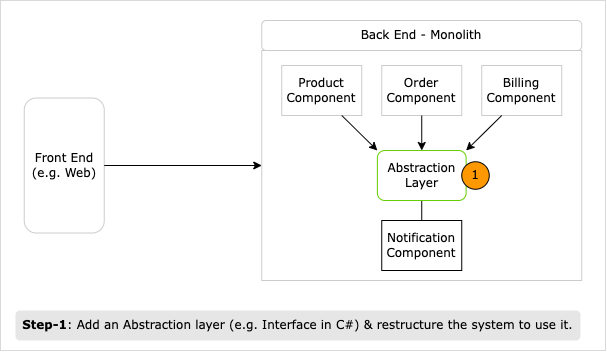
Before: diagrams/branch-by-abstraction-add-interface.png, a diagram exported from draw.io (shahzadhuq/modernization-decomposing-monolith). Source tidied: cells renumbered, new cells last; positions are measured from the earlier drawing's top-left corner, leaving out a move shared by most shapes. Source of this version:
```xml
<mxGraphModel>
  <root>
    <mxCell id="0" />
    <mxCell id="1" parent="0" />
    <mxCell id="2" style="rounded=0;whiteSpace=wrap;html=1;strokeColor=#B3B3B3;fillColor=default;strokeWidth=1;dashed=1;dashPattern=1 1;shadow=0;fontFamily=Verdana;" parent="1" vertex="1">
      <mxGeometry width="605" height="350" as="geometry" />
    </mxCell>
    <mxCell id="3" style="rounded=0;whiteSpace=wrap;html=1;strokeColor=#CCCCCC;fontFamily=Verdana;" parent="1" vertex="1">
      <mxGeometry x="261.2" y="50" width="320" height="230" as="geometry" />
    </mxCell>
    <mxCell id="4" value="Front End (e.g. Web)" style="text;html=1;strokeColor=#CCCCCC;fillColor=default;align=center;verticalAlign=middle;whiteSpace=wrap;rounded=1;shadow=0;fontFamily=Verdana;" parent="1" vertex="1">
      <mxGeometry x="23.8" y="97.5" width="80" height="135" as="geometry" />
    </mxCell>
    <mxCell id="5" value="Back End - Monolith" style="text;html=1;strokeColor=#CCCCCC;fillColor=default;align=center;verticalAlign=middle;whiteSpace=wrap;rounded=1;shadow=0;fontFamily=Verdana;" parent="1" vertex="1">
      <mxGeometry x="261.2" y="20" width="320" height="30" as="geometry" />
    </mxCell>
    <mxCell id="6" value="Product Component" style="rounded=0;whiteSpace=wrap;html=1;strokeColor=#CCCCCC;fillColor=default;shadow=0;fontFamily=Verdana;" parent="1" vertex="1">
      <mxGeometry x="281.2" y="65" width="80" height="50" as="geometry" />
    </mxCell>
    <mxCell id="7" value="Order Component" style="rounded=0;whiteSpace=wrap;html=1;strokeColor=#CCCCCC;fillColor=default;fontFamily=Verdana;" parent="1" vertex="1">
      <mxGeometry x="381.2" y="65" width="80" height="50" as="geometry" />
    </mxCell>
    <mxCell id="8" value="Billing Component" style="rounded=0;whiteSpace=wrap;html=1;strokeColor=#CCCCCC;fillColor=default;fontFamily=Verdana;" parent="1" vertex="1">
      <mxGeometry x="481.2" y="65" width="80" height="50" as="geometry" />
    </mxCell>
    <mxCell id="9" value="Notification Component" style="rounded=0;whiteSpace=wrap;html=1;strokeColor=#000000;fillColor=default;fontFamily=Verdana;" parent="1" vertex="1">
      <mxGeometry x="381.2" y="220" width="80" height="50" as="geometry" />
    </mxCell>
    <mxCell id="10" style="endArrow=classic;html=1;rounded=0;exitX=0.75;exitY=1;exitDx=0;exitDy=0;entryX=0;entryY=0;entryDx=0;entryDy=0;fontFamily=Verdana;" parent="1" edge="1" source="6" target="15">
      <mxGeometry relative="1" as="geometry" />
    </mxCell>
    <mxCell id="11" style="endArrow=classic;html=1;rounded=0;entryX=0.5;entryY=0;entryDx=0;entryDy=0;exitX=0.5;exitY=1;exitDx=0;exitDy=0;fontFamily=Verdana;" parent="1" edge="1" source="7" target="15">
      <mxGeometry relative="1" as="geometry" />
    </mxCell>
    <mxCell id="12" style="endArrow=classic;html=1;rounded=0;exitX=0.25;exitY=1;exitDx=0;exitDy=0;entryX=1;entryY=0;entryDx=0;entryDy=0;fontFamily=Verdana;" parent="1" edge="1" source="8" target="15">
      <mxGeometry relative="1" as="geometry" />
    </mxCell>
    <mxCell id="13" style="endArrow=classic;html=1;rounded=0;entryX=0;entryY=0.5;entryDx=0;entryDy=0;exitX=1;exitY=0.5;exitDx=0;exitDy=0;fontFamily=Verdana;" parent="1" edge="1" source="4" target="3">
      <mxGeometry relative="1" as="geometry" />
    </mxCell>
    <mxCell id="14" style="rounded=0;jettySize=auto;html=1;fontFamily=Verdana;strokeColor=#000000;endArrow=none;endFill=0;strokeWidth=1;exitX=0.5;exitY=1;exitDx=0;exitDy=0;" parent="1" edge="1" source="15" target="9">
      <mxGeometry relative="1" as="geometry" />
    </mxCell>
    <mxCell id="15" value="Abstraction Layer" style="rounded=1;whiteSpace=wrap;html=1;strokeColor=#66CC00;fillColor=none;fontFamily=Verdana;shadow=0;strokeWidth=1;" parent="1" vertex="1">
      <mxGeometry x="376.9" y="150" width="88.8" height="50" as="geometry" />
    </mxCell>
    <mxCell id="16" value="&lt;b&gt;Step-1&lt;/b&gt;: Add an Abstraction layer (e.g. Interface in C#) &amp;amp; restructure the system to use it." style="text;html=1;strokeColor=none;fillColor=#E6E6E6;align=center;verticalAlign=middle;whiteSpace=wrap;rounded=1;shadow=0;perimeterSpacing=0;spacing=7;fontFamily=Verdana;" parent="1" vertex="1">
      <mxGeometry x="15" y="310" width="565" height="30" as="geometry" />
    </mxCell>
    <mxCell id="17" value="1" style="ellipse;whiteSpace=wrap;html=1;fillColor=#FE9800;fontFamily=Verdana;" parent="1" vertex="1">
      <mxGeometry x="461.2" y="161.2" width="27.5" height="27.5" as="geometry" />
    </mxCell>
  </root>
</mxGraphModel>
```
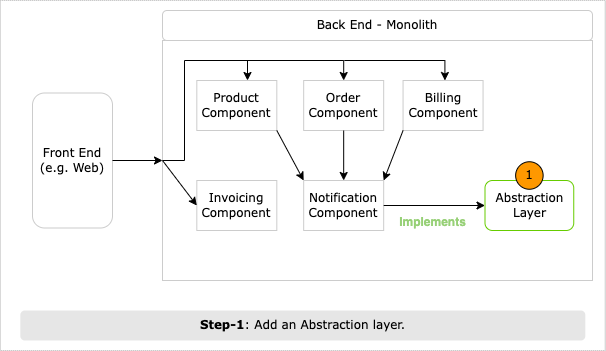
After the commit.

Commit message:
[v2-WIP]: Strangler Fig & Branch by Abstraction

The edit, as a diff of the source:
```diff
@@ -3,52 +3,81 @@
     <mxCell id="0" />
     <mxCell id="1" parent="0" />
     <mxCell id="2" style="rounded=0;whiteSpace=wrap;html=1;strokeColor=#B3B3B3;fillColor=default;strokeWidth=1;dashed=1;dashPattern=1 1;shadow=0;fontFamily=Verdana;" parent="1" vertex="1">
-      <mxGeometry width="605" height="350" as="geometry" />
+      <mxGeometry x="797.8" y="20" width="605" height="350" as="geometry" />
     </mxCell>
     <mxCell id="3" style="rounded=0;whiteSpace=wrap;html=1;strokeColor=#CCCCCC;fontFamily=Verdana;" parent="1" vertex="1">
-      <mxGeometry x="261.2" y="50" width="320" height="230" as="geometry" />
+      <mxGeometry x="960" y="60" width="430" height="240" as="geometry" />
     </mxCell>
     <mxCell id="4" value="Front End (e.g. Web)" style="text;html=1;strokeColor=#CCCCCC;fillColor=default;align=center;verticalAlign=middle;whiteSpace=wrap;rounded=1;shadow=0;fontFamily=Verdana;" parent="1" vertex="1">
-      <mxGeometry x="23.8" y="97.5" width="80" height="135" as="geometry" />
+      <mxGeometry x="830" y="112.5" width="80" height="135" as="geometry" />
     </mxCell>
     <mxCell id="5" value="Back End - Monolith" style="text;html=1;strokeColor=#CCCCCC;fillColor=default;align=center;verticalAlign=middle;whiteSpace=wrap;rounded=1;shadow=0;fontFamily=Verdana;" parent="1" vertex="1">
-      <mxGeometry x="261.2" y="20" width="320" height="30" as="geometry" />
+      <mxGeometry x="960" y="30" width="430" height="30" as="geometry" />
     </mxCell>
     <mxCell id="6" value="Product Component" style="rounded=0;whiteSpace=wrap;html=1;strokeColor=#CCCCCC;fillColor=default;shadow=0;fontFamily=Verdana;" parent="1" vertex="1">
-      <mxGeometry x="281.2" y="65" width="80" height="50" as="geometry" />
+      <mxGeometry x="994.3" y="100" width="80" height="50" as="geometry" />
     </mxCell>
-    <mxCell id="7" value="Order Component" style="rounded=0;whiteSpace=wrap;html=1;strokeColor=#CCCCCC;fillColor=default;fontFamily=Verdana;" parent="1" vertex="1">
-      <mxGeometry x="381.2" y="65" width="80" height="50" as="geometry" />
+    <mxCell id="7" value="Order Component" style="rounded=0;whiteSpace=wrap;html=1;strokeColor=#CCCCCC;fillColor=default;fontFamily=Verdana;shadow=0;" parent="1" vertex="1">
+      <mxGeometry x="1101.2" y="100" width="80" height="50" as="geometry" />
     </mxCell>
-    <mxCell id="8" value="Billing Component" style="rounded=0;whiteSpace=wrap;html=1;strokeColor=#CCCCCC;fillColor=default;fontFamily=Verdana;" parent="1" vertex="1">
-      <mxGeometry x="481.2" y="65" width="80" height="50" as="geometry" />
+    <mxCell id="8" value="Billing Component" style="rounded=0;whiteSpace=wrap;html=1;strokeColor=#CCCCCC;fillColor=default;fontFamily=Verdana;shadow=0;" parent="1" vertex="1">
+      <mxGeometry x="1200.6" y="100" width="80" height="50" as="geometry" />
     </mxCell>
-    <mxCell id="9" value="Notification Component" style="rounded=0;whiteSpace=wrap;html=1;strokeColor=#000000;fillColor=default;fontFamily=Verdana;" parent="1" vertex="1">
-      <mxGeometry x="381.2" y="220" width="80" height="50" as="geometry" />
+    <mxCell id="9" value="Notification Component" style="rounded=0;whiteSpace=wrap;html=1;strokeColor=#CCCCCC;fillColor=default;fontFamily=Verdana;" parent="1" vertex="1">
+      <mxGeometry x="1101.2" y="200" width="80" height="50" as="geometry" />
     </mxCell>
-    <mxCell id="10" style="endArrow=classic;html=1;rounded=0;exitX=0.75;exitY=1;exitDx=0;exitDy=0;entryX=0;entryY=0;entryDx=0;entryDy=0;fontFamily=Verdana;" parent="1" edge="1" source="6" target="15">
+    <mxCell id="10" style="endArrow=classic;html=1;rounded=0;exitX=1;exitY=1;exitDx=0;exitDy=0;entryX=0;entryY=0;entryDx=0;entryDy=0;fontFamily=Verdana;" parent="1" edge="1" source="6" target="9">
       <mxGeometry relative="1" as="geometry" />
     </mxCell>
-    <mxCell id="11" style="endArrow=classic;html=1;rounded=0;entryX=0.5;entryY=0;entryDx=0;entryDy=0;exitX=0.5;exitY=1;exitDx=0;exitDy=0;fontFamily=Verdana;" parent="1" edge="1" source="7" target="15">
+    <mxCell id="11" style="endArrow=classic;html=1;rounded=0;exitX=0.5;exitY=1;exitDx=0;exitDy=0;entryX=0.5;entryY=0;entryDx=0;entryDy=0;fontFamily=Verdana;" parent="1" edge="1" source="7" target="9">
       <mxGeometry relative="1" as="geometry" />
     </mxCell>
-    <mxCell id="12" style="endArrow=classic;html=1;rounded=0;exitX=0.25;exitY=1;exitDx=0;exitDy=0;entryX=1;entryY=0;entryDx=0;entryDy=0;fontFamily=Verdana;" parent="1" edge="1" source="8" target="15">
+    <mxCell id="12" style="endArrow=classic;html=1;rounded=0;exitX=0;exitY=1;exitDx=0;exitDy=0;entryX=1;entryY=0;entryDx=0;entryDy=0;fontFamily=Verdana;" parent="1" edge="1" source="8" target="9">
       <mxGeometry relative="1" as="geometry" />
     </mxCell>
     <mxCell id="13" style="endArrow=classic;html=1;rounded=0;entryX=0;entryY=0.5;entryDx=0;entryDy=0;exitX=1;exitY=0.5;exitDx=0;exitDy=0;fontFamily=Verdana;" parent="1" edge="1" source="4" target="3">
       <mxGeometry relative="1" as="geometry" />
     </mxCell>
-    <mxCell id="14" style="rounded=0;jettySize=auto;html=1;fontFamily=Verdana;strokeColor=#000000;endArrow=none;endFill=0;strokeWidth=1;exitX=0.5;exitY=1;exitDx=0;exitDy=0;" parent="1" edge="1" source="15" target="9">
-      <mxGeometry relative="1" as="geometry" />
+    <mxCell id="14" style="endArrow=classic;html=1;rounded=0;exitX=0;exitY=0.5;exitDx=0;exitDy=0;fontFamily=Verdana;edgeStyle=orthogonalEdgeStyle;" parent="1" edge="1" source="3" target="6">
+      <mxGeometry relative="1" as="geometry">
+        <Array as="points">
+          <mxPoint x="982" y="180" />
+          <mxPoint x="982" y="80" />
+          <mxPoint x="1045" y="80" />
+        </Array>
+      </mxGeometry>
     </mxCell>
-    <mxCell id="15" value="Abstraction Layer" style="rounded=1;whiteSpace=wrap;html=1;strokeColor=#66CC00;fillColor=none;fontFamily=Verdana;shadow=0;strokeWidth=1;" parent="1" vertex="1">
-      <mxGeometry x="376.9" y="150" width="88.8" height="50" as="geometry" />
+    <mxCell id="15" style="endArrow=classic;html=1;rounded=0;entryX=0.5;entryY=0;entryDx=0;entryDy=0;fontFamily=Verdana;edgeStyle=orthogonalEdgeStyle;" parent="1" edge="1" target="7">
+      <mxGeometry relative="1" as="geometry">
+        <mxPoint x="1041.8" y="80" as="sourcePoint" />
+      </mxGeometry>
     </mxCell>
-    <mxCell id="16" value="&lt;b&gt;Step-1&lt;/b&gt;: Add an Abstraction layer (e.g. Interface in C#) &amp;amp; restructure the system to use it." style="text;html=1;strokeColor=none;fillColor=#E6E6E6;align=center;verticalAlign=middle;whiteSpace=wrap;rounded=1;shadow=0;perimeterSpacing=0;spacing=7;fontFamily=Verdana;" parent="1" vertex="1">
-      <mxGeometry x="15" y="310" width="565" height="30" as="geometry" />
+    <mxCell id="16" style="endArrow=classic;html=1;rounded=0;entryX=0.5;entryY=0;entryDx=0;entryDy=0;fontFamily=Verdana;edgeStyle=orthogonalEdgeStyle;" parent="1" edge="1">
+      <mxGeometry relative="1" as="geometry">
+        <mxPoint x="1141.8" y="80" as="sourcePoint" />
+        <mxPoint x="1242.4" y="100" as="targetPoint" />
+      </mxGeometry>
     </mxCell>
-    <mxCell id="17" value="1" style="ellipse;whiteSpace=wrap;html=1;fillColor=#FE9800;fontFamily=Verdana;" parent="1" vertex="1">
-      <mxGeometry x="461.2" y="161.2" width="27.5" height="27.5" as="geometry" />
+    <mxCell id="17" value="Invoicing Component" style="rounded=0;whiteSpace=wrap;html=1;strokeColor=#CCCCCC;fillColor=default;shadow=0;fontFamily=Verdana;" parent="1" vertex="1">
+      <mxGeometry x="994.3" y="200" width="80" height="50" as="geometry" />
     </mxCell>
+    <mxCell id="18" style="endArrow=classic;html=1;rounded=0;fontFamily=Verdana;entryX=0;entryY=0.5;entryDx=0;entryDy=0;exitX=0;exitY=0.5;exitDx=0;exitDy=0;" parent="1" edge="1" source="3" target="17">
+      <mxGeometry relative="1" as="geometry" />
+    </mxCell>
+    <mxCell id="19" style="rounded=0;jettySize=auto;html=1;fontFamily=Verdana;strokeColor=#000000;endArrow=classic;endFill=1;strokeWidth=1;edgeStyle=orthogonalEdgeStyle;entryX=0;entryY=0.5;entryDx=0;entryDy=0;" parent="1" edge="1" source="9" target="20">
+      <mxGeometry relative="1" as="geometry" />
+    </mxCell>
+    <mxCell id="20" value="Abstraction Layer" style="rounded=1;whiteSpace=wrap;html=1;strokeColor=#66CC00;fillColor=none;fontFamily=Verdana;shadow=0;strokeWidth=1;" parent="1" vertex="1">
+      <mxGeometry x="1282.5" y="200" width="88.8" height="50" as="geometry" />
+    </mxCell>
+    <mxCell id="21" value="1" style="ellipse;whiteSpace=wrap;html=1;fillColor=#FE9800;fontFamily=Verdana;" parent="1" vertex="1">
+      <mxGeometry x="1313.1" y="181.2" width="27.5" height="27.5" as="geometry" />
+    </mxCell>
+    <mxCell id="22" value="Implements" style="text;html=1;strokeColor=none;fillColor=default;align=center;verticalAlign=middle;whiteSpace=wrap;rounded=0;fontColor=#97D077;fontStyle=1;" parent="1" vertex="1">
+      <mxGeometry x="1190" y="234" width="80.9" height="16" as="geometry" />
+    </mxCell>
+    <mxCell id="23" value="&lt;b&gt;Step-1&lt;/b&gt;: Add an Abstraction layer." style="text;html=1;strokeColor=none;fillColor=#E6E6E6;align=center;verticalAlign=middle;whiteSpace=wrap;rounded=1;shadow=0;perimeterSpacing=0;spacing=7;fontFamily=Verdana;" parent="1" vertex="1">
+      <mxGeometry x="817.8" y="330" width="565" height="30" as="geometry" />
+    </mxCell>
   </root>
 </mxGraphModel>
```
